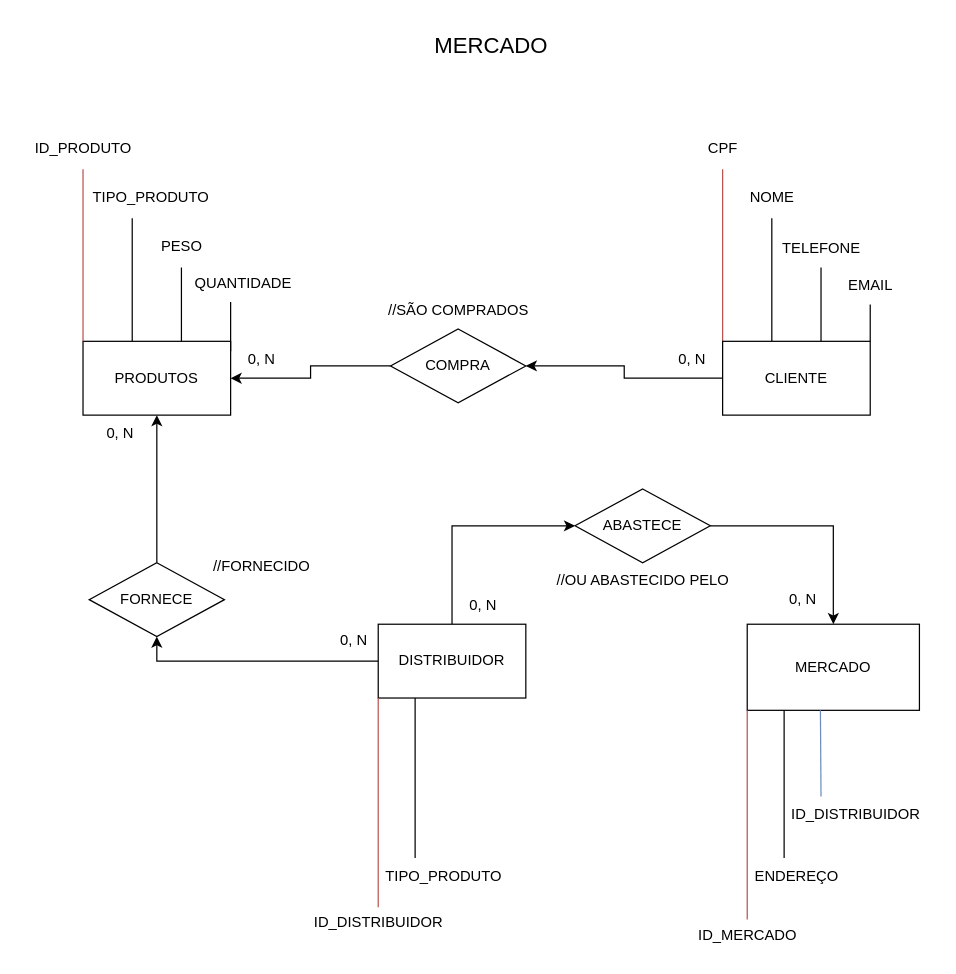
Above: sistema de mercado.drawio in FirmoDev/projeto (draw.io), before the change. Source tidied: cells renumbered, new cells numbered last; positions are measured from the earlier drawing's top-left corner, leaving out a move shared by most shapes. Both pictures are drawn from the tidied source at 123%, with x=0, y=0 at pixel (21, 21).
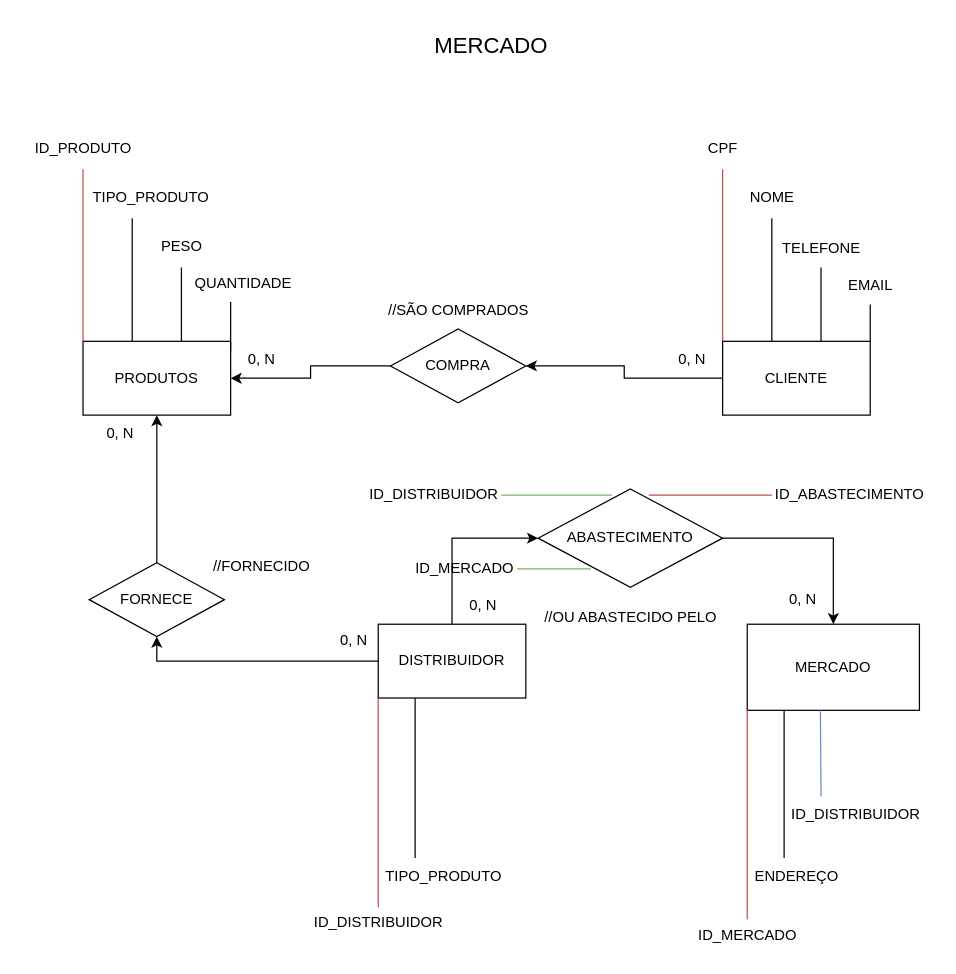
After the change.

Commit message:
CRIAÇÃO DA TABELA ASSOCIATIVA (ABASTECIMENTO)

What changed in the source:
```diff
@@
-    <mxCell id="38" value="ABASTECE" style="rhombus;whiteSpace=wrap;html=1;" parent="1" vertex="1">
-      <mxGeometry x="450" y="380" width="110" height="60" as="geometry" />
+    <mxCell id="38" value="ABASTECIMENTO" style="rhombus;whiteSpace=wrap;html=1;" parent="1" vertex="1">
+      <mxGeometry x="420" y="380" width="150" height="80" as="geometry" />
     </mxCell>
@@
     <mxCell id="45" value="//OU ABASTECIDO PELO" style="text;html=1;align=center;verticalAlign=middle;strokeColor=none;fillColor=none;" parent="1" vertex="1">
-      <mxGeometry x="425" y="440" width="160" height="30" as="geometry" />
+      <mxGeometry x="415" y="470" width="160" height="30" as="geometry" />
     </mxCell>
@@
+    <mxCell id="51" style="line;strokeWidth=1;dashed=0;labelPosition=right;align=left;verticalAlign=middle;spacingTop=0;spacingLeft=6;fillColor=#f8cecc;strokeColor=#b85450;" parent="1" vertex="1">
+      <mxGeometry x="510" y="380" width="100" height="10" as="geometry" />
+    </mxCell>
+    <mxCell id="52" style="line;strokeWidth=1;dashed=0;labelPosition=right;align=left;verticalAlign=middle;spacingTop=0;spacingLeft=6;fillColor=#d5e8d4;strokeColor=#82b366;" parent="1" vertex="1">
+      <mxGeometry x="390" y="380" width="90" height="10" as="geometry" />
+    </mxCell>
+    <mxCell id="53" style="line;strokeWidth=1;dashed=0;labelPosition=right;align=left;verticalAlign=middle;spacingTop=0;spacingLeft=6;fillColor=#d5e8d4;strokeColor=#82b366;" parent="1" vertex="1">
+      <mxGeometry x="403" y="440" width="60" height="10" as="geometry" />
+    </mxCell>
+    <mxCell id="54" value="ID_ABASTECIMENTO" style="text;html=1;align=center;verticalAlign=middle;strokeColor=none;fillColor=none;" parent="1" vertex="1">
+      <mxGeometry x="603" y="370" width="140" height="30" as="geometry" />
+    </mxCell>
+    <mxCell id="55" value="ID_DISTRIBUIDOR" style="text;html=1;align=center;verticalAlign=middle;strokeColor=none;fillColor=none;" parent="1" vertex="1">
+      <mxGeometry x="270" y="370" width="130" height="30" as="geometry" />
+    </mxCell>
+    <mxCell id="56" value="ID_MERCADO" style="text;html=1;align=center;verticalAlign=middle;strokeColor=none;fillColor=none;" parent="1" vertex="1">
+      <mxGeometry x="310" y="430" width="100" height="30" as="geometry" />
+    </mxCell>
```
